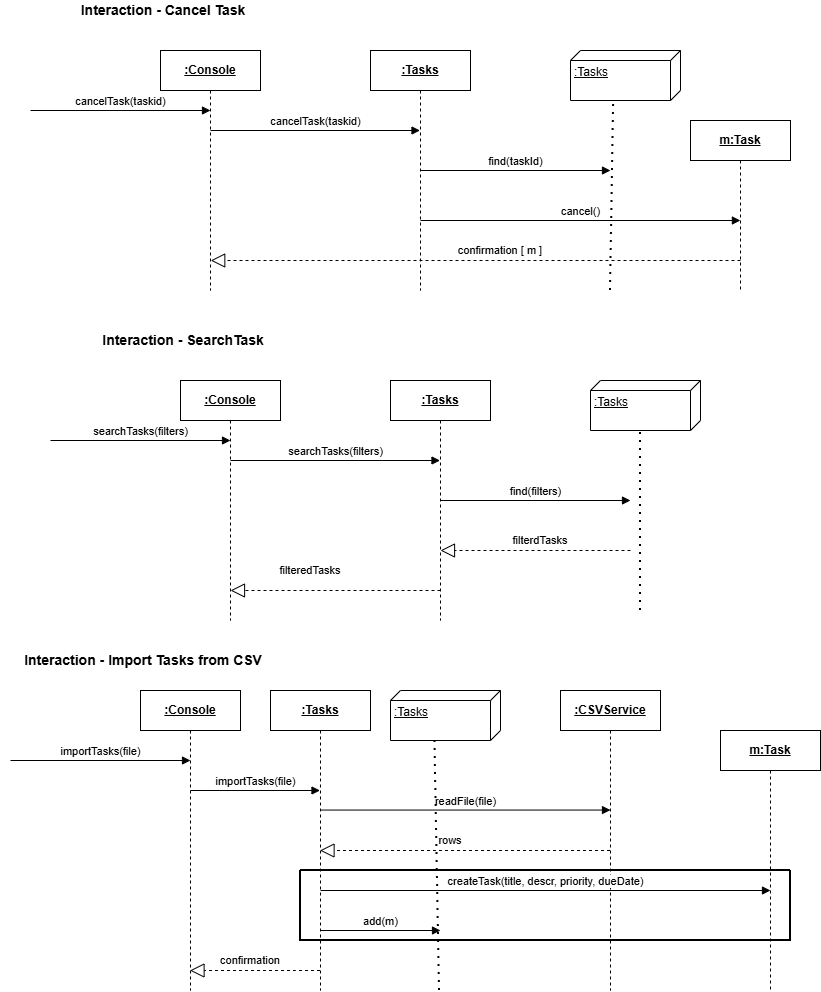
Earlier version of the draw.io export Iteration 2/System Diagrams/UML Interaction Diagrams/UML Interaction Diagram_ Part 2.png (Shooter-06/SOEN-342-Project). Source tidied: cells renumbered, new cells last; positions are measured from the earlier drawing's top-left corner, leaving out a move shared by most shapes. Source of this version:
```xml
<mxGraphModel>
  <root>
    <mxCell id="0" />
    <mxCell id="1" parent="0" />
    <mxCell id="2" value="&lt;b&gt;&lt;u&gt;:Console&lt;/u&gt;&lt;/b&gt;" style="shape=umlLifeline;perimeter=lifelinePerimeter;whiteSpace=wrap;html=1;newEdgeStyle={&quot;curved&quot;:0,&quot;rounded&quot;:0};" parent="1" vertex="1">
      <mxGeometry x="160" y="50" width="100" height="240" as="geometry" />
    </mxCell>
    <mxCell id="3" value="cancelTask(taskid)" style="html=1;verticalAlign=bottom;endArrow=block;curved=0;rounded=0;" parent="1" edge="1">
      <mxGeometry relative="1" as="geometry">
        <mxPoint x="210" y="130" as="sourcePoint" />
        <mxPoint x="419.5" y="130" as="targetPoint" />
      </mxGeometry>
    </mxCell>
    <mxCell id="4" value="&lt;b&gt;&lt;u&gt;:Tasks&lt;/u&gt;&lt;/b&gt;" style="shape=umlLifeline;perimeter=lifelinePerimeter;whiteSpace=wrap;html=1;newEdgeStyle={&quot;curved&quot;:0,&quot;rounded&quot;:0};" parent="1" vertex="1">
      <mxGeometry x="370" y="50" width="100" height="240" as="geometry" />
    </mxCell>
    <mxCell id="5" value="&lt;b&gt;&lt;u&gt;m:Task&lt;/u&gt;&lt;/b&gt;" style="shape=umlLifeline;perimeter=lifelinePerimeter;whiteSpace=wrap;html=1;newEdgeStyle={&quot;curved&quot;:0,&quot;rounded&quot;:0};" parent="1" vertex="1">
      <mxGeometry x="690" y="120" width="100" height="170" as="geometry" />
    </mxCell>
    <mxCell id="6" value="find(taskId)" style="html=1;verticalAlign=bottom;endArrow=block;curved=0;rounded=0;" parent="1" edge="1">
      <mxGeometry relative="1" as="geometry">
        <mxPoint x="419.6" y="170" as="sourcePoint" />
        <mxPoint x="610" y="170" as="targetPoint" />
      </mxGeometry>
    </mxCell>
    <mxCell id="7" value=":Tasks" style="verticalAlign=top;align=left;spacingTop=8;spacingLeft=2;spacingRight=12;shape=cube;size=10;direction=south;fontStyle=4;html=1;whiteSpace=wrap;" parent="1" vertex="1">
      <mxGeometry x="570" y="50" width="110" height="50" as="geometry" />
    </mxCell>
    <mxCell id="8" style="endArrow=none;dashed=1;html=1;dashPattern=1 3;strokeWidth=2;rounded=0;entryX=1.045;entryY=0.608;entryDx=0;entryDy=0;entryPerimeter=0;" parent="1" edge="1" target="7">
      <mxGeometry relative="1" as="geometry">
        <mxPoint x="610" y="290" as="sourcePoint" />
      </mxGeometry>
    </mxCell>
    <mxCell id="9" value="cancel()" style="html=1;verticalAlign=bottom;endArrow=block;curved=0;rounded=0;" parent="1" edge="1">
      <mxGeometry relative="1" as="geometry">
        <mxPoint x="420" y="220" as="sourcePoint" />
        <mxPoint x="739.9" y="220" as="targetPoint" />
      </mxGeometry>
    </mxCell>
    <mxCell id="10" value="&lt;b&gt;&lt;font style=&quot;font-size: 14px;&quot;&gt;Interaction - Cancel Task&amp;nbsp;&lt;/font&gt;&lt;/b&gt;" style="text;html=1;whiteSpace=wrap;strokeColor=none;fillColor=none;align=center;verticalAlign=middle;rounded=0;" parent="1" vertex="1">
      <mxGeometry x="20" width="290" height="20" as="geometry" />
    </mxCell>
    <mxCell id="11" value="cancelTask(taskid)" style="html=1;verticalAlign=bottom;endArrow=block;curved=0;rounded=0;" parent="1" edge="1">
      <mxGeometry relative="1" as="geometry">
        <mxPoint x="30" y="110" as="sourcePoint" />
        <mxPoint x="210" y="110" as="targetPoint" />
      </mxGeometry>
    </mxCell>
    <mxCell id="12" style="endArrow=block;dashed=1;endFill=0;endSize=12;html=1;rounded=0;" parent="1" edge="1">
      <mxGeometry relative="1" as="geometry">
        <mxPoint x="740" y="260" as="sourcePoint" />
        <mxPoint x="210.2" y="260" as="targetPoint" />
        <Array as="points">
          <mxPoint x="600.5" y="260" />
        </Array>
      </mxGeometry>
    </mxCell>
    <mxCell id="13" value="&lt;span style=&quot;font-size: 11px; text-wrap-mode: nowrap; background-color: rgb(255, 255, 255);&quot;&gt;confirmation [ m ]&lt;/span&gt;" style="text;html=1;whiteSpace=wrap;strokeColor=none;fillColor=none;align=center;verticalAlign=middle;rounded=0;" parent="1" vertex="1">
      <mxGeometry x="420" y="230" width="160" height="40" as="geometry" />
    </mxCell>
    <mxCell id="14" value="&lt;b&gt;&lt;u&gt;:Console&lt;/u&gt;&lt;/b&gt;" style="shape=umlLifeline;perimeter=lifelinePerimeter;whiteSpace=wrap;html=1;newEdgeStyle={&quot;curved&quot;:0,&quot;rounded&quot;:0};" parent="1" vertex="1">
      <mxGeometry x="180" y="380" width="100" height="240" as="geometry" />
    </mxCell>
    <mxCell id="15" value="searchTasks(filters)" style="html=1;verticalAlign=bottom;endArrow=block;curved=0;rounded=0;" parent="1" edge="1">
      <mxGeometry relative="1" as="geometry">
        <mxPoint x="230" y="460" as="sourcePoint" />
        <mxPoint x="439.5" y="460" as="targetPoint" />
      </mxGeometry>
    </mxCell>
    <mxCell id="16" value="&lt;b&gt;&lt;u&gt;:Tasks&lt;/u&gt;&lt;/b&gt;" style="shape=umlLifeline;perimeter=lifelinePerimeter;whiteSpace=wrap;html=1;newEdgeStyle={&quot;curved&quot;:0,&quot;rounded&quot;:0};" parent="1" vertex="1">
      <mxGeometry x="390" y="380" width="100" height="240" as="geometry" />
    </mxCell>
    <mxCell id="17" value="find(filters)" style="html=1;verticalAlign=bottom;endArrow=block;curved=0;rounded=0;" parent="1" edge="1">
      <mxGeometry relative="1" as="geometry">
        <mxPoint x="439.6" y="500" as="sourcePoint" />
        <mxPoint x="630" y="500" as="targetPoint" />
      </mxGeometry>
    </mxCell>
    <mxCell id="18" value=":Tasks" style="verticalAlign=top;align=left;spacingTop=8;spacingLeft=2;spacingRight=12;shape=cube;size=10;direction=south;fontStyle=4;html=1;whiteSpace=wrap;" parent="1" vertex="1">
      <mxGeometry x="590" y="380" width="110" height="50" as="geometry" />
    </mxCell>
    <mxCell id="19" style="endArrow=none;dashed=1;html=1;dashPattern=1 3;strokeWidth=2;rounded=0;" parent="1" edge="1">
      <mxGeometry relative="1" as="geometry">
        <mxPoint x="640" y="610" as="sourcePoint" />
        <mxPoint x="640" y="430" as="targetPoint" />
      </mxGeometry>
    </mxCell>
    <mxCell id="20" value="&lt;b&gt;&lt;font style=&quot;font-size: 14px;&quot;&gt;Interaction - SearchTask&amp;nbsp;&lt;/font&gt;&lt;/b&gt;" style="text;html=1;whiteSpace=wrap;strokeColor=none;fillColor=none;align=center;verticalAlign=middle;rounded=0;" parent="1" vertex="1">
      <mxGeometry x="40" y="330" width="290" height="20" as="geometry" />
    </mxCell>
    <mxCell id="21" value="searchTasks(filters)" style="html=1;verticalAlign=bottom;endArrow=block;curved=0;rounded=0;" parent="1" edge="1">
      <mxGeometry relative="1" as="geometry">
        <mxPoint x="50" y="440" as="sourcePoint" />
        <mxPoint x="230" y="440" as="targetPoint" />
      </mxGeometry>
    </mxCell>
    <mxCell id="22" value="&lt;span style=&quot;font-size: 11px; text-wrap-mode: nowrap; background-color: rgb(255, 255, 255);&quot;&gt;filteredTasks&lt;/span&gt;" style="text;html=1;whiteSpace=wrap;strokeColor=none;fillColor=none;align=center;verticalAlign=middle;rounded=0;" parent="1" vertex="1">
      <mxGeometry x="230" y="550" width="160" height="40" as="geometry" />
    </mxCell>
    <mxCell id="23" style="endArrow=block;dashed=1;endFill=0;endSize=12;html=1;rounded=0;" parent="1" edge="1">
      <mxGeometry relative="1" as="geometry">
        <mxPoint x="630" y="550" as="sourcePoint" />
        <mxPoint x="440" y="550" as="targetPoint" />
        <Array as="points">
          <mxPoint x="490.5" y="550" />
        </Array>
      </mxGeometry>
    </mxCell>
    <mxCell id="24" value="&lt;span style=&quot;font-size: 11px; text-wrap-mode: nowrap; background-color: rgb(255, 255, 255);&quot;&gt;filterdTasks&lt;/span&gt;" style="text;html=1;whiteSpace=wrap;strokeColor=none;fillColor=none;align=center;verticalAlign=middle;rounded=0;" parent="1" vertex="1">
      <mxGeometry x="460" y="530" width="160" height="20" as="geometry" />
    </mxCell>
    <mxCell id="25" style="endArrow=block;dashed=1;endFill=0;endSize=12;html=1;rounded=0;" parent="1" edge="1">
      <mxGeometry relative="1" as="geometry">
        <mxPoint x="440" y="590" as="sourcePoint" />
        <mxPoint x="230" y="590" as="targetPoint" />
        <Array as="points">
          <mxPoint x="320" y="590" />
        </Array>
      </mxGeometry>
    </mxCell>
    <mxCell id="26" value="&lt;b&gt;&lt;u&gt;:Console&lt;/u&gt;&lt;/b&gt;" style="shape=umlLifeline;perimeter=lifelinePerimeter;whiteSpace=wrap;html=1;outlineConnect=0;portConstraint=eastwest;newEdgeStyle={&quot;curved&quot;:0,&quot;rounded&quot;:0};" parent="1" vertex="1">
      <mxGeometry x="140" y="690" width="100" height="300" as="geometry" />
    </mxCell>
    <mxCell id="27" value="importTasks(file)" style="html=1;verticalAlign=bottom;endArrow=block;curved=0;rounded=0;" parent="1" edge="1">
      <mxGeometry relative="1" as="geometry">
        <mxPoint x="190" y="790" as="sourcePoint" />
        <mxPoint x="319.5" y="790" as="targetPoint" />
      </mxGeometry>
    </mxCell>
    <mxCell id="28" value="&lt;b&gt;&lt;u&gt;:Tasks&lt;/u&gt;&lt;/b&gt;" style="shape=umlLifeline;perimeter=lifelinePerimeter;whiteSpace=wrap;html=1;outlineConnect=0;portConstraint=eastwest;newEdgeStyle={&quot;curved&quot;:0,&quot;rounded&quot;:0};" parent="1" vertex="1">
      <mxGeometry x="270" y="690" width="100" height="300" as="geometry" />
    </mxCell>
    <mxCell id="29" value="readFile(file)" style="html=1;verticalAlign=bottom;endArrow=block;curved=0;rounded=0;" parent="1" edge="1">
      <mxGeometry relative="1" as="geometry">
        <mxPoint x="320.1" y="809.5" as="sourcePoint" />
        <mxPoint x="610" y="809.5" as="targetPoint" />
      </mxGeometry>
    </mxCell>
    <mxCell id="30" value=":Tasks" style="verticalAlign=top;align=left;spacingTop=8;spacingLeft=2;spacingRight=12;shape=cube;size=10;direction=south;fontStyle=4;html=1;whiteSpace=wrap;" parent="1" vertex="1">
      <mxGeometry x="390" y="690" width="110" height="50" as="geometry" />
    </mxCell>
    <mxCell id="31" value="&lt;font style=&quot;&quot;&gt;&lt;span style=&quot;font-size: 14px;&quot;&gt;&lt;b&gt;Interaction - Import Tasks from CSV&amp;nbsp;&lt;/b&gt;&lt;/span&gt;&lt;/font&gt;" style="text;html=1;whiteSpace=wrap;strokeColor=none;fillColor=none;align=center;verticalAlign=middle;rounded=0;" parent="1" vertex="1">
      <mxGeometry y="650" width="290" height="20" as="geometry" />
    </mxCell>
    <mxCell id="32" value="importTasks(file)" style="html=1;verticalAlign=bottom;endArrow=block;curved=0;rounded=0;" parent="1" edge="1">
      <mxGeometry relative="1" as="geometry">
        <mxPoint x="10" y="760" as="sourcePoint" />
        <mxPoint x="190" y="760" as="targetPoint" />
      </mxGeometry>
    </mxCell>
    <mxCell id="33" style="endArrow=block;dashed=1;endFill=0;endSize=12;html=1;rounded=0;" parent="1" edge="1" source="34" target="28">
      <mxGeometry relative="1" as="geometry">
        <Array as="points">
          <mxPoint x="445.5" y="850" />
        </Array>
      </mxGeometry>
    </mxCell>
    <mxCell id="34" value="&lt;b&gt;&lt;u&gt;:CSVService&lt;/u&gt;&lt;/b&gt;" style="shape=umlLifeline;perimeter=lifelinePerimeter;whiteSpace=wrap;html=1;outlineConnect=0;portConstraint=eastwest;newEdgeStyle={&quot;curved&quot;:0,&quot;rounded&quot;:0};" parent="1" vertex="1">
      <mxGeometry x="560" y="690" width="100" height="300" as="geometry" />
    </mxCell>
    <mxCell id="35" value="&lt;b&gt;&lt;u&gt;m:Task&lt;/u&gt;&lt;/b&gt;" style="shape=umlLifeline;perimeter=lifelinePerimeter;whiteSpace=wrap;html=1;newEdgeStyle={&quot;curved&quot;:0,&quot;rounded&quot;:0};" parent="1" vertex="1">
      <mxGeometry x="720" y="730" width="100" height="260" as="geometry" />
    </mxCell>
    <mxCell id="36" value="&lt;span style=&quot;font-size: 11px; text-wrap-mode: nowrap; background-color: rgb(255, 255, 255);&quot;&gt;rows&lt;/span&gt;" style="text;html=1;whiteSpace=wrap;strokeColor=none;fillColor=none;align=center;verticalAlign=middle;rounded=0;" parent="1" vertex="1">
      <mxGeometry x="370" y="830" width="160" height="20" as="geometry" />
    </mxCell>
    <mxCell id="37" value="createTask(title, descr, priority, dueDate)" style="html=1;verticalAlign=bottom;endArrow=block;curved=0;rounded=0;" parent="1" edge="1">
      <mxGeometry relative="1" as="geometry">
        <mxPoint x="320.1" y="890" as="sourcePoint" />
        <mxPoint x="770" y="890" as="targetPoint" />
      </mxGeometry>
    </mxCell>
    <mxCell id="38" value="add(m)" style="html=1;verticalAlign=bottom;endArrow=block;curved=0;rounded=0;" parent="1" edge="1" source="28">
      <mxGeometry relative="1" as="geometry">
        <mxPoint x="440" y="930" as="targetPoint" />
      </mxGeometry>
    </mxCell>
    <mxCell id="39" style="endArrow=none;dashed=1;html=1;dashPattern=1 3;strokeWidth=2;rounded=0;entryX=1.009;entryY=0.596;entryDx=0;entryDy=0;entryPerimeter=0;" parent="1" edge="1" target="30">
      <mxGeometry relative="1" as="geometry">
        <mxPoint x="439" y="990" as="sourcePoint" />
      </mxGeometry>
    </mxCell>
    <mxCell id="40" style="endArrow=block;dashed=1;endFill=0;endSize=12;html=1;rounded=0;" parent="1" edge="1" source="28" target="26">
      <mxGeometry relative="1" as="geometry">
        <Array as="points">
          <mxPoint x="295.2" y="970" />
        </Array>
      </mxGeometry>
    </mxCell>
    <mxCell id="41" value="&lt;span style=&quot;font-size: 11px; text-wrap-mode: nowrap; background-color: rgb(255, 255, 255);&quot;&gt;confirmation&lt;/span&gt;" style="text;html=1;whiteSpace=wrap;strokeColor=none;fillColor=none;align=center;verticalAlign=middle;rounded=0;" parent="1" vertex="1">
      <mxGeometry x="170" y="950" width="160" height="20" as="geometry" />
    </mxCell>
    <mxCell id="42" style="swimlane;startSize=0;strokeWidth=2;" parent="1" vertex="1">
      <mxGeometry x="300" y="870" width="490" height="70" as="geometry" />
    </mxCell>
  </root>
</mxGraphModel>
```
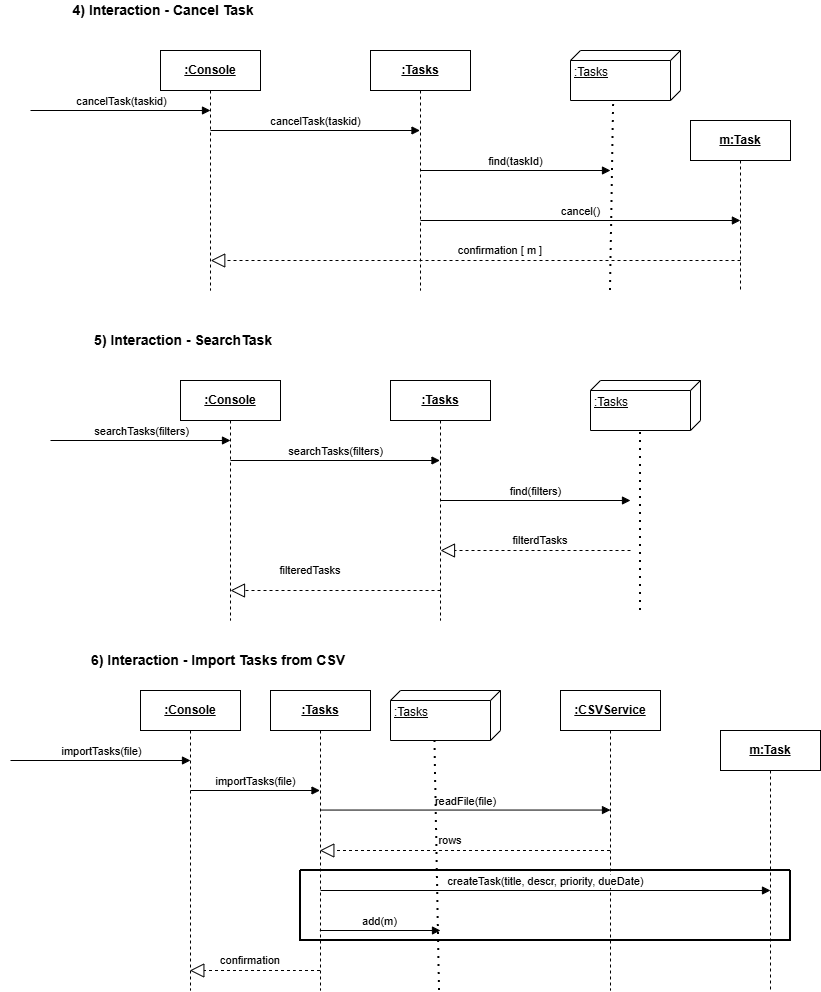
The same diagram one commit later.

What changed in the source:
```diff
@@ -37,7 +37,7 @@
         <mxPoint x="739.9" y="220" as="targetPoint" />
       </mxGeometry>
     </mxCell>
-    <mxCell id="10" value="&lt;b&gt;&lt;font style=&quot;font-size: 14px;&quot;&gt;Interaction - Cancel Task&amp;nbsp;&lt;/font&gt;&lt;/b&gt;" style="text;html=1;whiteSpace=wrap;strokeColor=none;fillColor=none;align=center;verticalAlign=middle;rounded=0;" parent="1" vertex="1">
+    <mxCell id="10" value="&lt;b&gt;&lt;font style=&quot;font-size: 14px;&quot;&gt;4) Interaction - Cancel Task&amp;nbsp;&lt;/font&gt;&lt;/b&gt;" style="text;html=1;whiteSpace=wrap;strokeColor=none;fillColor=none;align=center;verticalAlign=middle;rounded=0;" parent="1" vertex="1">
       <mxGeometry x="20" width="290" height="20" as="geometry" />
     </mxCell>
     <mxCell id="11" value="cancelTask(taskid)" style="html=1;verticalAlign=bottom;endArrow=block;curved=0;rounded=0;" parent="1" edge="1">
@@ -85,7 +85,7 @@
         <mxPoint x="640" y="430" as="targetPoint" />
       </mxGeometry>
     </mxCell>
-    <mxCell id="20" value="&lt;b&gt;&lt;font style=&quot;font-size: 14px;&quot;&gt;Interaction - SearchTask&amp;nbsp;&lt;/font&gt;&lt;/b&gt;" style="text;html=1;whiteSpace=wrap;strokeColor=none;fillColor=none;align=center;verticalAlign=middle;rounded=0;" parent="1" vertex="1">
+    <mxCell id="20" value="&lt;b&gt;&lt;font style=&quot;font-size: 14px;&quot;&gt;5) Interaction - SearchTask&amp;nbsp;&lt;/font&gt;&lt;/b&gt;" style="text;html=1;whiteSpace=wrap;strokeColor=none;fillColor=none;align=center;verticalAlign=middle;rounded=0;" parent="1" vertex="1">
       <mxGeometry x="40" y="330" width="290" height="20" as="geometry" />
     </mxCell>
     <mxCell id="21" value="searchTasks(filters)" style="html=1;verticalAlign=bottom;endArrow=block;curved=0;rounded=0;" parent="1" edge="1">
@@ -139,8 +139,8 @@
     <mxCell id="30" value=":Tasks" style="verticalAlign=top;align=left;spacingTop=8;spacingLeft=2;spacingRight=12;shape=cube;size=10;direction=south;fontStyle=4;html=1;whiteSpace=wrap;" parent="1" vertex="1">
       <mxGeometry x="390" y="690" width="110" height="50" as="geometry" />
     </mxCell>
-    <mxCell id="31" value="&lt;font style=&quot;&quot;&gt;&lt;span style=&quot;font-size: 14px;&quot;&gt;&lt;b&gt;Interaction - Import Tasks from CSV&amp;nbsp;&lt;/b&gt;&lt;/span&gt;&lt;/font&gt;" style="text;html=1;whiteSpace=wrap;strokeColor=none;fillColor=none;align=center;verticalAlign=middle;rounded=0;" parent="1" vertex="1">
-      <mxGeometry y="650" width="290" height="20" as="geometry" />
+    <mxCell id="31" value="&lt;font style=&quot;&quot;&gt;&lt;span style=&quot;font-size: 14px;&quot;&gt;&lt;b&gt;6) Interaction - Import Tasks from CSV&amp;nbsp;&lt;/b&gt;&lt;/span&gt;&lt;/font&gt;" style="text;html=1;whiteSpace=wrap;strokeColor=none;fillColor=none;align=center;verticalAlign=middle;rounded=0;" parent="1" vertex="1">
+      <mxGeometry y="650" width="440" height="20" as="geometry" />
     </mxCell>
     <mxCell id="32" value="importTasks(file)" style="html=1;verticalAlign=bottom;endArrow=block;curved=0;rounded=0;" parent="1" edge="1">
       <mxGeometry relative="1" as="geometry">
```
